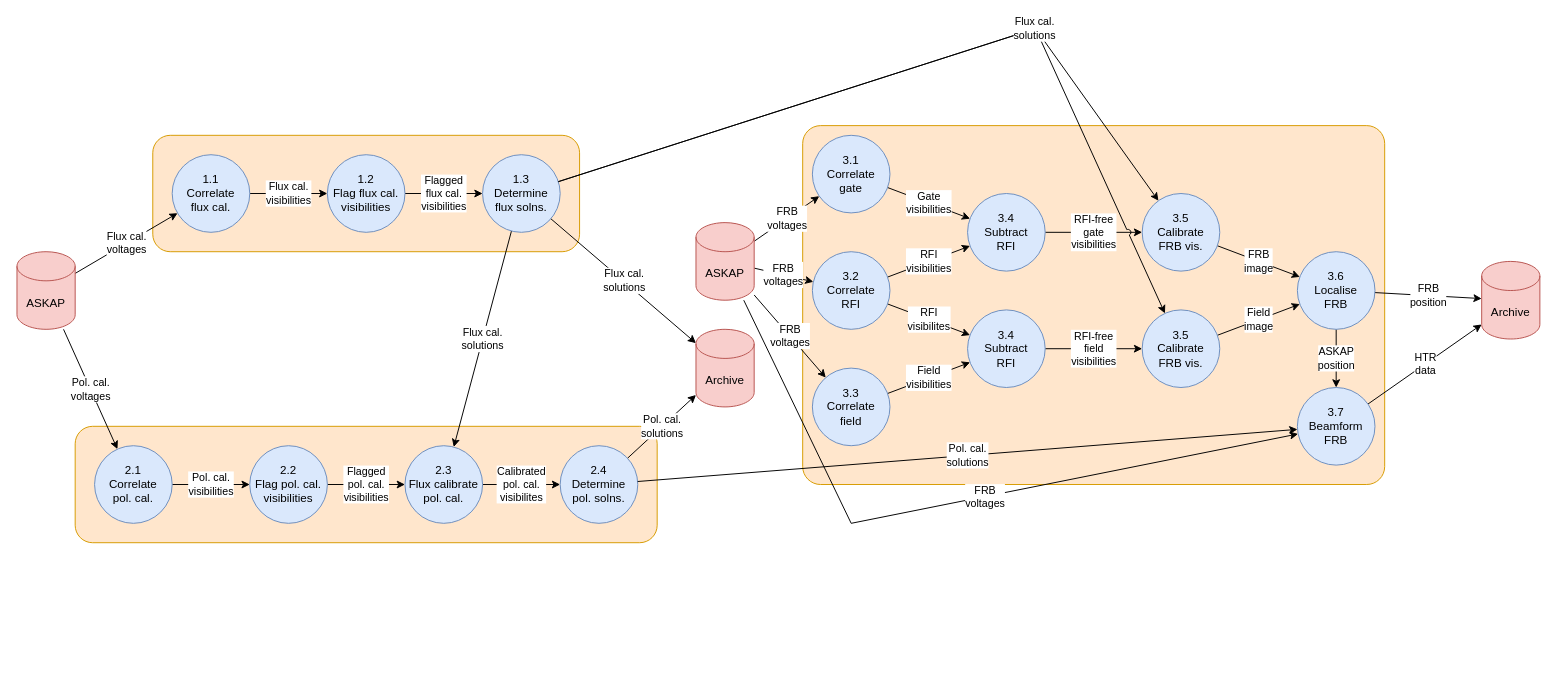
Earlier version of the draw.io diagram docs/craco_postproc_L2.drawio (askap-craco/CELEBI). Source tidied: cells renumbered, new cells numbered last; positions are measured from the earlier drawing's top-left corner, leaving out a move shared by most shapes. Both pictures are drawn from the tidied source at 97%, with x=0, y=0 at pixel (16, 28).
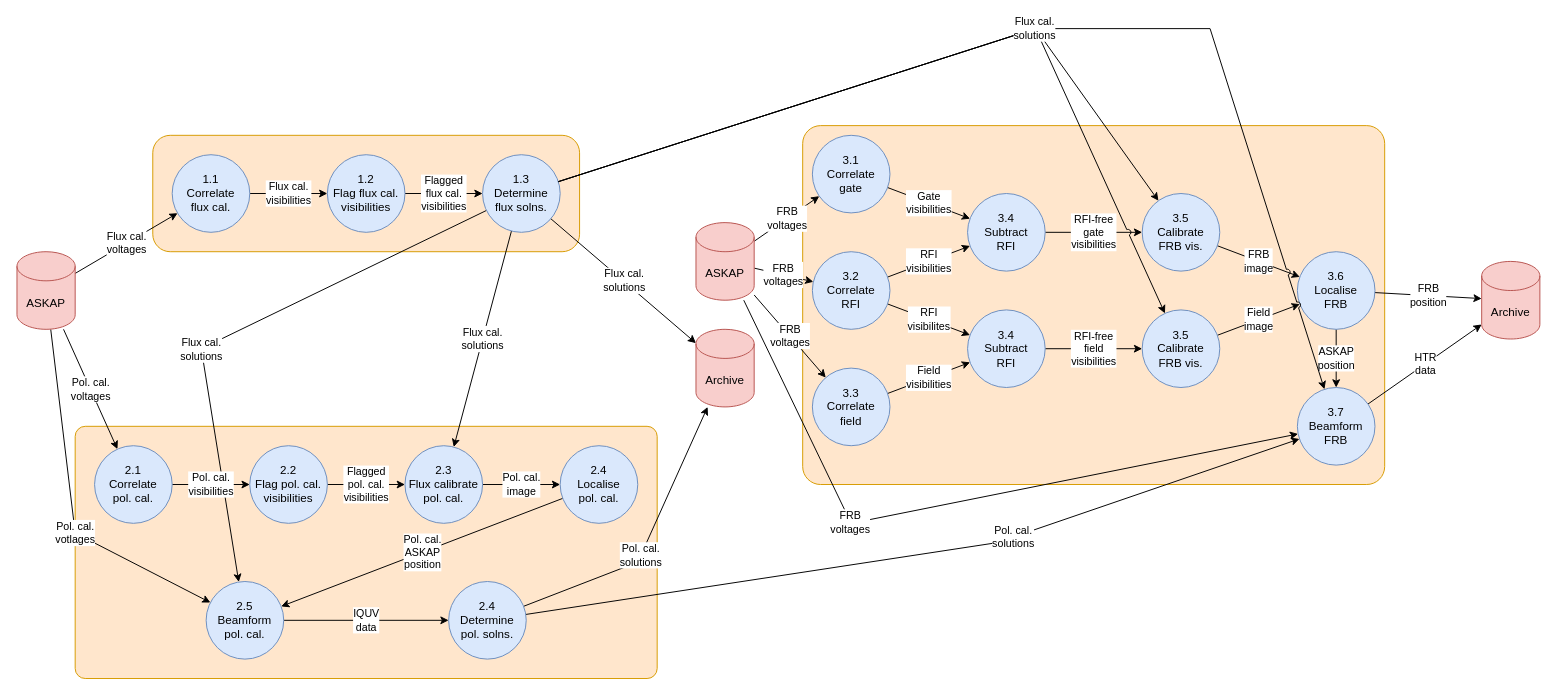
After the change.

Commit message (it also covers changes not shown here):
📝 Update L2 data flow diagram to reflect correct process for polarisation calibration

The change refers to these unchanged cells:
```xml
<mxCell id="7" value="ASKAP" style="shape=cylinder3;whiteSpace=wrap;html=1;boundedLbl=1;backgroundOutline=1;size=15;fillColor=#f8cecc;strokeColor=#b85450;" parent="1" vertex="1">
  <mxGeometry y="230" width="60" height="80" as="geometry" />
</mxCell>
<mxCell id="14" value="1.3&lt;br&gt;Determine&lt;br&gt;flux solns." style="ellipse;whiteSpace=wrap;html=1;fillColor=#dae8fc;strokeColor=#6c8ebf;" parent="1" vertex="1">
  <mxGeometry x="480" y="130" width="80" height="80" as="geometry" />
</mxCell>
<mxCell id="15" value="Archive" style="shape=cylinder3;whiteSpace=wrap;html=1;boundedLbl=1;backgroundOutline=1;size=15;fillColor=#f8cecc;strokeColor=#b85450;" parent="1" vertex="1">
  <mxGeometry x="700" y="310" width="60" height="80" as="geometry" />
</mxCell>
<mxCell id="21" value="2.3&lt;br&gt;Flux calibrate&lt;br&gt;pol. cal." style="ellipse;whiteSpace=wrap;html=1;fillColor=#dae8fc;strokeColor=#6c8ebf;" parent="1" vertex="1">
  <mxGeometry x="400" y="430" width="80" height="80" as="geometry" />
</mxCell>
<mxCell id="48" value="ASKAP" style="shape=cylinder3;whiteSpace=wrap;html=1;boundedLbl=1;backgroundOutline=1;size=15;fillColor=#f8cecc;strokeColor=#b85450;" parent="1" vertex="1">
  <mxGeometry x="700" y="200" width="60" height="80" as="geometry" />
</mxCell>
<mxCell id="51" value="3.7&lt;br&gt;Beamform&lt;br&gt;FRB" style="ellipse;whiteSpace=wrap;html=1;fillColor=#dae8fc;strokeColor=#6c8ebf;" parent="1" vertex="1">
  <mxGeometry x="1320" y="370" width="80" height="80" as="geometry" />
</mxCell>
```

What changed in the source:
```diff
@@
-    <mxCell id="3" style="rounded=1;whiteSpace=wrap;html=1;fillColor=#ffe6cc;strokeColor=#d79b00;" parent="1" vertex="1">
-      <mxGeometry x="60" y="410" width="600" height="120" as="geometry" />
+    <mxCell id="3" style="rounded=1;whiteSpace=wrap;html=1;fillColor=#ffe6cc;strokeColor=#d79b00;arcSize=4;" parent="1" vertex="1">
+      <mxGeometry x="60" y="410" width="600" height="260" as="geometry" />
     </mxCell>
@@
+    <mxCell id="53" value="Pol. cal.&lt;br&gt;votlages" style="edgeStyle=none;rounded=0;jettySize=auto;html=1;" parent="1" edge="1" source="7" target="59">
+      <mxGeometry x="0.15" relative="1" as="geometry">
+        <Array as="points">
+          <mxPoint x="60" y="520" />
+        </Array>
+      </mxGeometry>
+    </mxCell>
@@
+    <mxCell id="54" value="Flux cal.&lt;br&gt;solutions" style="rounded=0;jettySize=auto;html=1;jumpStyle=arc;" parent="1" edge="1" source="14" target="59">
+      <mxGeometry x="0.15" relative="1" as="geometry">
+        <Array as="points">
+          <mxPoint x="190" y="330" />
+        </Array>
+      </mxGeometry>
+    </mxCell>
@@
-    <mxCell id="20" value="Calibrated&lt;br&gt;pol. cal.&lt;br&gt;visibilites" style="edgeStyle=none;rounded=0;jettySize=auto;html=1;" parent="1" edge="1" source="21" target="23">
+    <mxCell id="20" value="Pol. cal.&lt;br&gt;image" style="edgeStyle=none;rounded=0;jettySize=auto;html=1;" parent="1" edge="1" source="21" target="57">
       <mxGeometry relative="1" as="geometry" />
     </mxCell>
@@
     <mxCell id="22" value="Pol. cal.&lt;br&gt;solutions" style="edgeStyle=none;rounded=0;jettySize=auto;html=1;" parent="1" edge="1" source="23" target="15">
-      <mxGeometry relative="1" as="geometry" />
+      <mxGeometry x="-0.11" relative="1" as="geometry">
+        <Array as="points">
+          <mxPoint x="640" y="550" />
+        </Array>
+      </mxGeometry>
     </mxCell>
+    <mxCell id="43" value="Pol. cal.&lt;br&gt;solutions" style="edgeStyle=none;rounded=0;jettySize=auto;html=1;" parent="1" edge="1" source="23" target="51">
+      <mxGeometry x="0.24" relative="1" as="geometry">
+        <Array as="points">
+          <mxPoint x="1010" y="530" />
+        </Array>
+      </mxGeometry>
+    </mxCell>
     <mxCell id="23" value="2.4&lt;br&gt;Determine&lt;br&gt;pol. solns." style="ellipse;whiteSpace=wrap;html=1;fillColor=#dae8fc;strokeColor=#6c8ebf;" parent="1" vertex="1">
-      <mxGeometry x="560" y="430" width="80" height="80" as="geometry" />
+      <mxGeometry x="445" y="570" width="80" height="80" as="geometry" />
     </mxCell>
@@
-    <mxCell id="43" value="Pol. cal.&lt;br&gt;solutions" style="edgeStyle=none;rounded=0;jettySize=auto;html=1;labelBackgroundColor=default;labelBorderColor=none;fontColor=default;jumpStyle=arc;" parent="1" edge="1" source="23" target="51">
-      <mxGeometry relative="1" as="geometry" />
-    </mxCell>
@@
     <mxCell id="47" value="FRB&lt;br&gt;voltages" style="edgeStyle=none;rounded=0;jumpStyle=none;jettySize=auto;html=1;labelBackgroundColor=default;labelBorderColor=none;fontColor=default;" parent="1" edge="1" source="48" target="51">
-      <mxGeometry x="0.09" relative="1" as="geometry">
+      <mxGeometry x="-0.3" relative="1" as="geometry">
         <Array as="points">
           <mxPoint x="860" y="510" />
         </Array>
-        <mxPoint x="1" as="offset" />
       </mxGeometry>
     </mxCell>
@@
+    <mxCell id="55" style="edgeStyle=none;rounded=0;jettySize=auto;html=1;labelBackgroundColor=default;labelBorderColor=none;fontColor=default;jumpStyle=arc;" parent="1" edge="1" source="14" target="51">
+      <mxGeometry relative="1" as="geometry">
+        <Array as="points">
+          <mxPoint x="1050" />
+          <mxPoint x="1230" />
+        </Array>
+      </mxGeometry>
+    </mxCell>
@@
+    <mxCell id="56" value="Pol. cal.&lt;br&gt;ASKAP&lt;br&gt;position" style="rounded=0;jettySize=auto;html=1;" parent="1" edge="1" source="57" target="59">
+      <mxGeometry relative="1" as="geometry" />
+    </mxCell>
+    <mxCell id="57" value="2.4&lt;br&gt;Localise&lt;br&gt;pol. cal." style="ellipse;whiteSpace=wrap;html=1;fillColor=#dae8fc;strokeColor=#6c8ebf;" parent="1" vertex="1">
+      <mxGeometry x="560" y="430" width="80" height="80" as="geometry" />
+    </mxCell>
+    <mxCell id="58" value="IQUV&lt;br&gt;data" style="edgeStyle=none;rounded=0;jettySize=auto;html=1;" parent="1" edge="1" source="59" target="23">
+      <mxGeometry relative="1" as="geometry" />
+    </mxCell>
+    <mxCell id="59" value="2.5&lt;br&gt;Beamform&lt;br&gt;pol. cal." style="ellipse;whiteSpace=wrap;html=1;fillColor=#dae8fc;strokeColor=#6c8ebf;" parent="1" vertex="1">
+      <mxGeometry x="195" y="570" width="80" height="80" as="geometry" />
+    </mxCell>
```
